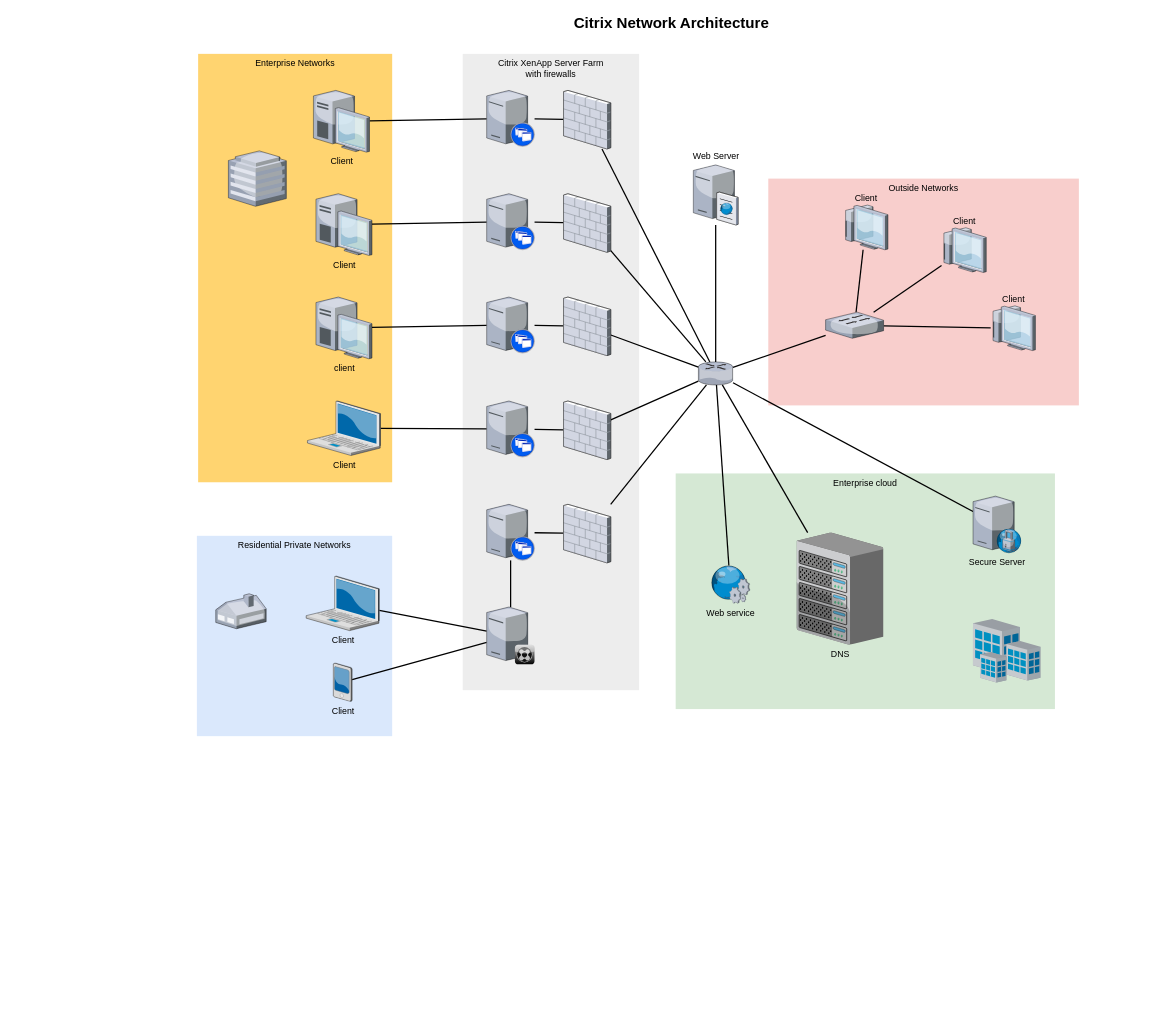
The draw.io diagram Untitled Diagram.drawio in AlexIThelp/it, before the edit. Source tidied: cells renumbered, new cells numbered last; positions are measured from the earlier drawing's top-left corner, leaving out a move shared by most shapes. Both pictures are drawn from the tidied source at 63%, with x=0, y=0 at pixel (197, 11).
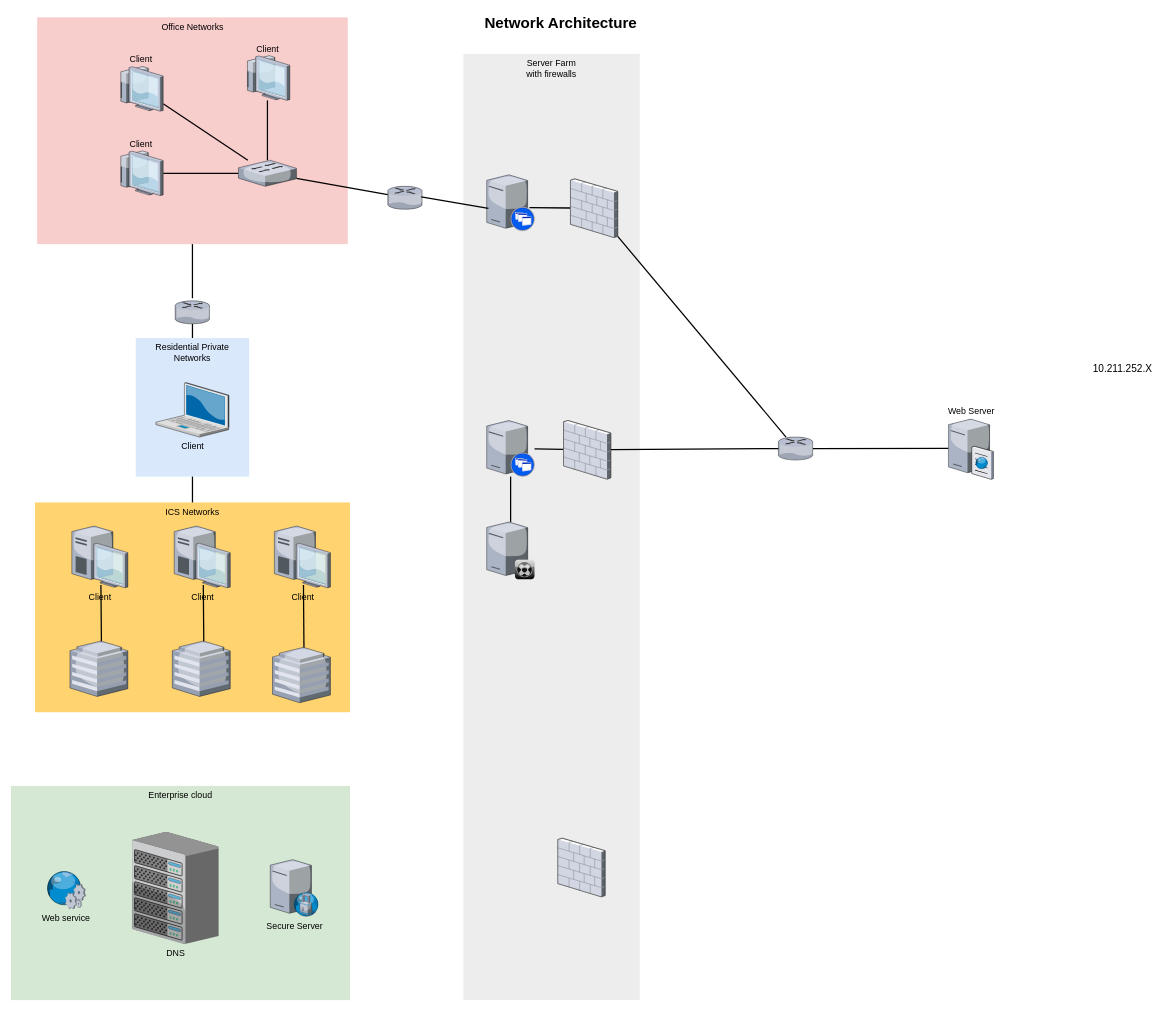
Above is the later version.

Change to the diagram source:
```diff
@@
-    <mxCell id="2" value="Outside Networks" style="whiteSpace=wrap;html=1;fillColor=#f8cecc;fontSize=14;strokeColor=none;verticalAlign=top;" parent="1" vertex="1">
-      <mxGeometry x="907" y="266" width="493" height="360" as="geometry" />
+    <mxCell id="2" value="Office Networks" style="whiteSpace=wrap;html=1;fillColor=#f8cecc;fontSize=14;strokeColor=none;verticalAlign=top;" parent="1" vertex="1">
+      <mxGeometry x="-253.5" y="10" width="493" height="360" as="geometry" />
     </mxCell>
     <mxCell id="3" value="Enterprise cloud" style="whiteSpace=wrap;html=1;fillColor=#d5e8d4;fontSize=14;strokeColor=none;verticalAlign=top;" parent="1" vertex="1">
-      <mxGeometry x="760" y="734" width="602" height="374" as="geometry" />
+      <mxGeometry x="-295" y="1230" width="538" height="340" as="geometry" />
     </mxCell>
-    <mxCell id="4" value="Citrix XenApp Server Farm&lt;div&gt;with firewalls&lt;/div&gt;" style="whiteSpace=wrap;html=1;fillColor=#EDEDED;fontSize=14;strokeColor=none;verticalAlign=top;" parent="1" vertex="1">
-      <mxGeometry x="422" y="68" width="280" height="1010" as="geometry" />
+    <mxCell id="4" value="Server Farm&lt;div&gt;with firewalls&lt;/div&gt;" style="whiteSpace=wrap;html=1;fillColor=#EDEDED;fontSize=14;strokeColor=none;verticalAlign=top;" parent="1" vertex="1">
+      <mxGeometry x="423" y="68" width="280" height="1502" as="geometry" />
     </mxCell>
     <mxCell id="5" value="Residential Private Networks" style="whiteSpace=wrap;html=1;fillColor=#dae8fc;fontSize=14;strokeColor=none;verticalAlign=top;" parent="1" vertex="1">
-      <mxGeometry y="833" width="310" height="318" as="geometry" />
+      <mxGeometry x="-97" y="519" width="180" height="220" as="geometry" />
     </mxCell>
-    <mxCell id="6" value="Enterprise Networks" style="whiteSpace=wrap;html=1;fillColor=#FFD470;gradientColor=none;fontSize=14;strokeColor=none;verticalAlign=top;" parent="1" vertex="1">
-      <mxGeometry x="2" y="68" width="308" height="680" as="geometry" />
+    <mxCell id="6" value="ICS Networks" style="whiteSpace=wrap;html=1;fillColor=#FFD470;gradientColor=none;fontSize=14;strokeColor=none;verticalAlign=top;" parent="1" vertex="1">
+      <mxGeometry x="-257" y="780" width="500" height="333" as="geometry" />
     </mxCell>
-    <mxCell id="7" style="edgeStyle=none;rounded=0;html=1;startSize=10;endSize=10;jettySize=auto;fontSize=14;endArrow=none;endFill=0;strokeWidth=2;" parent="1" edge="1" source="8" target="35">
-      <mxGeometry relative="1" as="geometry" />
-    </mxCell>
     <mxCell id="8" value="Client" style="verticalLabelPosition=bottom;html=1;verticalAlign=top;strokeColor=none;shape=mxgraph.citrix.laptop_2;fillColor=#66B2FF;gradientColor=#0066CC;fontSize=14;" parent="1" vertex="1">
-      <mxGeometry x="173.5" y="897" width="116" height="86.5" as="geometry" />
+      <mxGeometry x="-65" y="589.8" width="116" height="86.5" as="geometry" />
     </mxCell>
-    <mxCell id="9" style="edgeStyle=none;rounded=0;html=1;startSize=10;endSize=10;jettySize=auto;fontSize=14;endArrow=none;endFill=0;strokeWidth=2;" parent="1" edge="1" source="10" target="22">
-      <mxGeometry relative="1" as="geometry" />
-    </mxCell>
-    <mxCell id="10" value="Client" style="verticalLabelPosition=bottom;html=1;verticalAlign=top;strokeColor=none;shape=mxgraph.citrix.laptop_2;fillColor=#66B2FF;gradientColor=#0066CC;fontSize=14;" parent="1" vertex="1">
-      <mxGeometry x="175.5" y="619" width="116" height="86.5" as="geometry" />
-    </mxCell>
-    <mxCell id="11" style="edgeStyle=none;rounded=0;html=1;startSize=10;endSize=10;jettySize=auto;fontSize=14;endArrow=none;endFill=0;strokeWidth=2;" parent="1" edge="1" source="12" target="24">
-      <mxGeometry relative="1" as="geometry" />
-    </mxCell>
-    <mxCell id="12" value="client" style="verticalLabelPosition=bottom;html=1;verticalAlign=top;strokeColor=none;shape=mxgraph.citrix.desktop;fillColor=#66B2FF;gradientColor=#0066CC;fontSize=14;" parent="1" vertex="1">
-      <mxGeometry x="189" y="454" width="89" height="98" as="geometry" />
-    </mxCell>
-    <mxCell id="13" style="edgeStyle=none;rounded=0;html=1;startSize=10;endSize=10;jettySize=auto;fontSize=14;endArrow=none;endFill=0;strokeWidth=2;" parent="1" edge="1" source="14" target="26">
-      <mxGeometry relative="1" as="geometry" />
-    </mxCell>
-    <mxCell id="14" value="Client" style="verticalLabelPosition=bottom;html=1;verticalAlign=top;strokeColor=none;shape=mxgraph.citrix.desktop;fillColor=#66B2FF;gradientColor=#0066CC;fontSize=14;" parent="1" vertex="1">
-      <mxGeometry x="189" y="290" width="89" height="98" as="geometry" />
-    </mxCell>
-    <mxCell id="15" style="edgeStyle=none;rounded=0;html=1;startSize=10;endSize=10;jettySize=auto;fontSize=14;endArrow=none;endFill=0;strokeWidth=2;" parent="1" edge="1" source="16" target="28">
-      <mxGeometry relative="1" as="geometry" />
-    </mxCell>
     <mxCell id="16" value="Client" style="verticalLabelPosition=bottom;html=1;verticalAlign=top;strokeColor=none;shape=mxgraph.citrix.desktop;fillColor=#66B2FF;gradientColor=#0066CC;fontSize=14;" parent="1" vertex="1">
-      <mxGeometry x="185" y="126" width="89" height="98" as="geometry" />
+      <mxGeometry x="-198.5" y="817.5" width="89" height="98" as="geometry" />
     </mxCell>
-    <mxCell id="17" style="edgeStyle=none;rounded=0;html=1;startSize=10;endSize=10;jettySize=auto;fontSize=14;endArrow=none;endFill=0;strokeWidth=2;" parent="1" edge="1" source="18" target="35">
-      <mxGeometry relative="1" as="geometry" />
-    </mxCell>
-    <mxCell id="18" value="Client" style="verticalLabelPosition=bottom;html=1;verticalAlign=top;strokeColor=none;shape=mxgraph.citrix.pda;fillColor=#66B2FF;gradientColor=#0066CC;fontSize=14;" parent="1" vertex="1">
-      <mxGeometry x="216.5" y="1035" width="30" height="61" as="geometry" />
-    </mxCell>
@@
     <mxCell id="20" style="verticalLabelPosition=bottom;html=1;verticalAlign=top;strokeColor=none;shape=mxgraph.citrix.xenapp_server;fillColor=#66B2FF;gradientColor=#0066CC;fontSize=14;" parent="1" vertex="1">
-      <mxGeometry x="460" y="783" width="76" height="89" as="geometry" />
+      <mxGeometry x="460" y="650" width="76" height="89" as="geometry" />
     </mxCell>
-    <mxCell id="21" style="edgeStyle=none;rounded=0;html=1;startSize=10;endSize=10;jettySize=auto;fontSize=14;endArrow=none;endFill=0;strokeWidth=2;" parent="1" edge="1" source="22" target="45">
-      <mxGeometry relative="1" as="geometry" />
-    </mxCell>
-    <mxCell id="22" style="verticalLabelPosition=bottom;html=1;verticalAlign=top;strokeColor=none;shape=mxgraph.citrix.xenapp_server;fillColor=#66B2FF;gradientColor=#0066CC;fontSize=14;" parent="1" vertex="1">
-      <mxGeometry x="460" y="619" width="76" height="89" as="geometry" />
-    </mxCell>
-    <mxCell id="23" style="edgeStyle=none;rounded=0;html=1;startSize=10;endSize=10;jettySize=auto;fontSize=14;endArrow=none;endFill=0;strokeWidth=2;" parent="1" edge="1" source="24" target="43">
-      <mxGeometry relative="1" as="geometry" />
-    </mxCell>
-    <mxCell id="24" style="verticalLabelPosition=bottom;html=1;verticalAlign=top;strokeColor=none;shape=mxgraph.citrix.xenapp_server;fillColor=#66B2FF;gradientColor=#0066CC;fontSize=14;" parent="1" vertex="1">
-      <mxGeometry x="460" y="454" width="76" height="89" as="geometry" />
-    </mxCell>
-    <mxCell id="25" style="edgeStyle=none;rounded=0;html=1;startSize=10;endSize=10;jettySize=auto;fontSize=14;endArrow=none;endFill=0;strokeWidth=2;" parent="1" edge="1" source="26" target="41">
-      <mxGeometry relative="1" as="geometry" />
-    </mxCell>
-    <mxCell id="26" style="verticalLabelPosition=bottom;html=1;verticalAlign=top;strokeColor=none;shape=mxgraph.citrix.xenapp_server;fillColor=#66B2FF;gradientColor=#0066CC;fontSize=14;" parent="1" vertex="1">
-      <mxGeometry x="460" y="290" width="76" height="89" as="geometry" />
-    </mxCell>
-    <mxCell id="27" style="edgeStyle=none;rounded=0;html=1;startSize=10;endSize=10;jettySize=auto;fontSize=14;endArrow=none;endFill=0;strokeWidth=2;" parent="1" edge="1" source="28" target="39">
+    <mxCell id="27" style="edgeStyle=none;rounded=0;html=1;startSize=10;endSize=10;jettySize=auto;fontSize=14;endArrow=none;endFill=0;strokeWidth=2;exitX=0.893;exitY=0.585;exitDx=0;exitDy=0;exitPerimeter=0;" parent="1" edge="1" source="28" target="39">
       <mxGeometry relative="1" as="geometry" />
     </mxCell>
     <mxCell id="28" style="verticalLabelPosition=bottom;html=1;verticalAlign=top;strokeColor=none;shape=mxgraph.citrix.xenapp_server;fillColor=#66B2FF;gradientColor=#0066CC;fontSize=14;" parent="1" vertex="1">
-      <mxGeometry x="460" y="126" width="76" height="89" as="geometry" />
+      <mxGeometry x="460" y="260" width="76" height="89" as="geometry" />
     </mxCell>
-    <mxCell id="29" style="edgeStyle=none;rounded=0;html=1;startSize=10;endSize=10;jettySize=auto;fontSize=14;endArrow=none;endFill=0;strokeWidth=2;" parent="1" edge="1" source="33" target="37">
-      <mxGeometry relative="1" as="geometry" />
-    </mxCell>
@@
-    <mxCell id="31" style="edgeStyle=none;rounded=0;html=1;startSize=10;endSize=10;jettySize=auto;fontSize=14;endArrow=none;endFill=0;strokeWidth=2;" parent="1" edge="1" source="33" target="54">
+    <mxCell id="31" style="edgeStyle=none;rounded=0;html=1;startSize=10;endSize=10;jettySize=auto;fontSize=14;endArrow=none;endFill=0;strokeWidth=2;" parent="1" edge="1" source="64" target="54">
       <mxGeometry relative="1" as="geometry" />
     </mxCell>
-    <mxCell id="32" style="edgeStyle=none;rounded=0;html=1;startSize=10;endSize=10;jettySize=auto;fontSize=14;endArrow=none;endFill=0;strokeWidth=2;" parent="1" edge="1" source="33" target="50">
-      <mxGeometry relative="1" as="geometry" />
-    </mxCell>
     <mxCell id="33" style="verticalLabelPosition=bottom;html=1;verticalAlign=top;strokeColor=none;shape=mxgraph.citrix.router;fillColor=#66B2FF;gradientColor=#0066CC;fontSize=14;" parent="1" vertex="1">
-      <mxGeometry x="796" y="557" width="55" height="36.5" as="geometry" />
+      <mxGeometry x="923" y="676.2" width="55" height="36.5" as="geometry" />
     </mxCell>
@@
     <mxCell id="35" style="verticalLabelPosition=bottom;html=1;verticalAlign=top;strokeColor=none;shape=mxgraph.citrix.xenclient_synchronizer;fillColor=#CCCCCC;gradientColor=#000000;gradientDirection=south;fontSize=14;" parent="1" vertex="1">
-      <mxGeometry x="460" y="946" width="76" height="91" as="geometry" />
+      <mxGeometry x="460" y="811" width="76" height="91" as="geometry" />
     </mxCell>
     <mxCell id="36" value="Web Server" style="verticalLabelPosition=top;html=1;verticalAlign=bottom;strokeColor=none;shape=mxgraph.citrix.cache_server;fillColor=#66B2FF;gradientColor=#0066CC;fontSize=14;labelPosition=center;align=center;" parent="1" vertex="1">
-      <mxGeometry x="788" y="242" width="71" height="97.5" as="geometry" />
+      <mxGeometry x="1193" y="645.5" width="71" height="97.5" as="geometry" />
     </mxCell>
     <mxCell id="37" value="DNS" style="verticalLabelPosition=bottom;html=1;verticalAlign=top;strokeColor=none;shape=mxgraph.citrix.chassis;fillColor=#66B2FF;gradientColor=#0066CC;fontSize=14;" parent="1" vertex="1">
-      <mxGeometry x="952" y="828" width="137.5" height="177.5" as="geometry" />
+      <mxGeometry x="-103" y="1303" width="137.5" height="177.5" as="geometry" />
     </mxCell>
@@
     <mxCell id="39" style="verticalLabelPosition=bottom;html=1;verticalAlign=top;strokeColor=none;shape=mxgraph.citrix.firewall;fillColor=#66B2FF;gradientColor=#0066CC;fontSize=14;" parent="1" vertex="1">
-      <mxGeometry x="582" y="126" width="75" height="93" as="geometry" />
+      <mxGeometry x="593" y="266.5" width="75" height="93" as="geometry" />
     </mxCell>
-    <mxCell id="40" style="edgeStyle=none;rounded=0;html=1;startSize=10;endSize=10;jettySize=auto;fontSize=14;endArrow=none;endFill=0;strokeWidth=2;" parent="1" edge="1" source="41" target="33">
-      <mxGeometry relative="1" as="geometry" />
-    </mxCell>
-    <mxCell id="41" style="verticalLabelPosition=bottom;html=1;verticalAlign=top;strokeColor=none;shape=mxgraph.citrix.firewall;fillColor=#66B2FF;gradientColor=#0066CC;fontSize=14;" parent="1" vertex="1">
-      <mxGeometry x="582" y="290" width="75" height="93" as="geometry" />
-    </mxCell>
-    <mxCell id="42" style="edgeStyle=none;rounded=0;html=1;startSize=10;endSize=10;jettySize=auto;fontSize=14;endArrow=none;endFill=0;strokeWidth=2;" parent="1" edge="1" source="43" target="33">
-      <mxGeometry relative="1" as="geometry" />
-    </mxCell>
-    <mxCell id="43" style="verticalLabelPosition=bottom;html=1;verticalAlign=top;strokeColor=none;shape=mxgraph.citrix.firewall;fillColor=#66B2FF;gradientColor=#0066CC;fontSize=14;" parent="1" vertex="1">
-      <mxGeometry x="582" y="454" width="75" height="93" as="geometry" />
-    </mxCell>
-    <mxCell id="44" style="edgeStyle=none;rounded=0;html=1;startSize=10;endSize=10;jettySize=auto;fontSize=14;endArrow=none;endFill=0;strokeWidth=2;" parent="1" edge="1" source="45" target="33">
-      <mxGeometry relative="1" as="geometry" />
-    </mxCell>
-    <mxCell id="45" style="verticalLabelPosition=bottom;html=1;verticalAlign=top;strokeColor=none;shape=mxgraph.citrix.firewall;fillColor=#66B2FF;gradientColor=#0066CC;fontSize=14;" parent="1" vertex="1">
-      <mxGeometry x="582" y="619" width="75" height="93" as="geometry" />
-    </mxCell>
@@
     <mxCell id="47" style="verticalLabelPosition=bottom;html=1;verticalAlign=top;strokeColor=none;shape=mxgraph.citrix.firewall;fillColor=#66B2FF;gradientColor=#0066CC;fontSize=14;" parent="1" vertex="1">
-      <mxGeometry x="582" y="783" width="75" height="93" as="geometry" />
+      <mxGeometry x="582" y="650" width="75" height="93" as="geometry" />
     </mxCell>
-    <mxCell id="48" style="verticalLabelPosition=bottom;html=1;verticalAlign=top;strokeColor=none;shape=mxgraph.citrix.home_office;fillColor=#66B2FF;gradientColor=#0066CC;fontSize=14;" parent="1" vertex="1">
-      <mxGeometry x="30" y="925" width="80" height="55.5" as="geometry" />
-    </mxCell>
-    <mxCell id="49" style="verticalLabelPosition=bottom;html=1;verticalAlign=top;strokeColor=none;shape=mxgraph.citrix.hq_enterprise;fillColor=#66B2FF;gradientColor=#0066CC;fontSize=14;" parent="1" vertex="1">
-      <mxGeometry x="50" y="222" width="92" height="88" as="geometry" />
-    </mxCell>
     <mxCell id="50" value="Secure Server" style="verticalLabelPosition=bottom;html=1;verticalAlign=top;strokeColor=none;shape=mxgraph.citrix.proxy_server;fillColor=#66B2FF;gradientColor=#0066CC;fontSize=14;" parent="1" vertex="1">
-      <mxGeometry x="1232" y="770" width="76.5" height="90" as="geometry" />
+      <mxGeometry x="116.5" y="1347" width="76.5" height="90" as="geometry" />
     </mxCell>
@@
     <mxCell id="54" style="verticalLabelPosition=bottom;html=1;verticalAlign=top;strokeColor=none;shape=mxgraph.citrix.switch;fillColor=#66B2FF;gradientColor=#0066CC;fontSize=14;" parent="1" vertex="1">
-      <mxGeometry x="998" y="478" width="92" height="41.5" as="geometry" />
+      <mxGeometry x="66" y="236.8" width="92" height="41.5" as="geometry" />
     </mxCell>
     <mxCell id="55" value="Client" style="verticalLabelPosition=top;html=1;verticalAlign=bottom;strokeColor=none;shape=mxgraph.citrix.thin_client;fillColor=#66B2FF;gradientColor=#0066CC;fontSize=14;labelPosition=center;align=center;" parent="1" vertex="1">
-      <mxGeometry x="1260" y="468" width="71" height="71" as="geometry" />
+      <mxGeometry x="76.5" y="70.8" width="71" height="71" as="geometry" />
     </mxCell>
     <mxCell id="56" value="Client" style="verticalLabelPosition=top;html=1;verticalAlign=bottom;strokeColor=none;shape=mxgraph.citrix.thin_client;fillColor=#66B2FF;gradientColor=#0066CC;fontSize=14;labelPosition=center;align=center;" parent="1" vertex="1">
-      <mxGeometry x="1182" y="344" width="71" height="71" as="geometry" />
+      <mxGeometry x="-124.5" y="222" width="71" height="71" as="geometry" />
     </mxCell>
     <mxCell id="57" value="Client" style="verticalLabelPosition=top;html=1;verticalAlign=bottom;strokeColor=none;shape=mxgraph.citrix.thin_client;fillColor=#66B2FF;gradientColor=#0066CC;fontSize=14;labelPosition=center;align=center;" parent="1" vertex="1">
-      <mxGeometry x="1026" y="308" width="71" height="71" as="geometry" />
+      <mxGeometry x="-124.5" y="88" width="71" height="71" as="geometry" />
     </mxCell>
-    <mxCell id="58" style="edgeStyle=none;rounded=0;html=1;startSize=10;endSize=10;jettySize=auto;fontSize=14;endArrow=none;endFill=0;strokeWidth=2;" parent="1" edge="1" source="59" target="33">
-      <mxGeometry relative="1" as="geometry" />
-    </mxCell>
     <mxCell id="59" value="Web service" style="verticalLabelPosition=bottom;html=1;verticalAlign=top;strokeColor=none;shape=mxgraph.citrix.web_service;fillColor=#66B2FF;gradientColor=#0066CC;fontSize=14;" parent="1" vertex="1">
-      <mxGeometry x="815" y="880" width="63" height="60" as="geometry" />
+      <mxGeometry x="-239.5" y="1365" width="63" height="60" as="geometry" />
     </mxCell>
-    <mxCell id="60" style="verticalLabelPosition=bottom;html=1;verticalAlign=top;strokeColor=none;shape=mxgraph.citrix.site;fillColor=#66B2FF;gradientColor=#0066CC;fontSize=14;" parent="1" vertex="1">
-      <mxGeometry x="1232" y="965" width="107" height="101" as="geometry" />
-    </mxCell>
-    <mxCell id="61" value="Citrix Network Architecture" style="text;strokeColor=none;fillColor=none;html=1;fontSize=24;fontStyle=1;verticalAlign=middle;align=center;" parent="1" vertex="1">
-      <mxGeometry x="322" width="861" height="40" as="geometry" />
+    <mxCell id="61" value="&amp;nbsp;Network Architecture" style="text;strokeColor=none;fillColor=none;html=1;fontSize=24;fontStyle=1;verticalAlign=middle;align=center;" parent="1" vertex="1">
+      <mxGeometry x="143" width="861" height="40" as="geometry" />
     </mxCell>
+    <mxCell id="62" value="&lt;font style=&quot;font-size: 16px;&quot;&gt;10.211.252.X&lt;/font&gt;" style="text;html=1;align=center;verticalAlign=middle;strokeColor=none;fillColor=none;" parent="1" vertex="1">
+      <mxGeometry x="1408.5" y="552" width="120" height="30" as="geometry" />
+    </mxCell>
+    <mxCell id="63" style="edgeStyle=none;rounded=0;html=1;startSize=10;endSize=10;jettySize=auto;fontSize=14;endArrow=none;endFill=0;strokeWidth=2;" parent="1" edge="1" source="68" target="5">
+      <mxGeometry relative="1" as="geometry" />
+    </mxCell>
+    <mxCell id="64" style="verticalLabelPosition=bottom;html=1;verticalAlign=top;strokeColor=none;shape=mxgraph.citrix.router;fillColor=#66B2FF;gradientColor=#0066CC;fontSize=14;" parent="1" vertex="1">
+      <mxGeometry x="303" y="278.2" width="55" height="36.5" as="geometry" />
+    </mxCell>
+    <mxCell id="65" style="edgeStyle=none;rounded=0;html=1;startSize=10;endSize=10;jettySize=auto;fontSize=14;endArrow=none;endFill=0;strokeWidth=2;entryX=0.964;entryY=0.459;entryDx=0;entryDy=0;entryPerimeter=0;exitX=0.037;exitY=0.599;exitDx=0;exitDy=0;exitPerimeter=0;" parent="1" edge="1" source="28" target="64">
+      <mxGeometry relative="1" as="geometry" />
+    </mxCell>
+    <mxCell id="66" style="verticalLabelPosition=bottom;html=1;verticalAlign=top;strokeColor=none;shape=mxgraph.citrix.hq_enterprise;fillColor=#66B2FF;gradientColor=#0066CC;fontSize=14;" parent="1" vertex="1">
+      <mxGeometry x="-201.5" y="1000" width="92" height="88" as="geometry" />
+    </mxCell>
+    <mxCell id="67" style="edgeStyle=none;rounded=0;html=1;startSize=10;endSize=10;jettySize=auto;fontSize=14;endArrow=none;endFill=0;strokeWidth=2;entryX=0.543;entryY=0.003;entryDx=0;entryDy=0;entryPerimeter=0;exitX=0.519;exitY=0.953;exitDx=0;exitDy=0;exitPerimeter=0;" parent="1" edge="1" source="16" target="66">
+      <mxGeometry relative="1" as="geometry" />
+    </mxCell>
+    <mxCell id="68" style="verticalLabelPosition=bottom;html=1;verticalAlign=top;strokeColor=none;shape=mxgraph.citrix.router;fillColor=#66B2FF;gradientColor=#0066CC;fontSize=14;" parent="1" vertex="1">
+      <mxGeometry x="-34.5" y="460" width="55" height="36.5" as="geometry" />
+    </mxCell>
+    <mxCell id="69" style="verticalLabelPosition=bottom;html=1;verticalAlign=top;strokeColor=none;shape=mxgraph.citrix.firewall;fillColor=#66B2FF;gradientColor=#0066CC;fontSize=14;" parent="1" vertex="1">
+      <mxGeometry x="573" y="1313" width="75" height="93" as="geometry" />
+    </mxCell>
+    <mxCell id="70" value="Client" style="verticalLabelPosition=bottom;html=1;verticalAlign=top;strokeColor=none;shape=mxgraph.citrix.desktop;fillColor=#66B2FF;gradientColor=#0066CC;fontSize=14;" parent="1" vertex="1">
+      <mxGeometry x="-36" y="817.5" width="89" height="98" as="geometry" />
+    </mxCell>
+    <mxCell id="71" style="verticalLabelPosition=bottom;html=1;verticalAlign=top;strokeColor=none;shape=mxgraph.citrix.hq_enterprise;fillColor=#66B2FF;gradientColor=#0066CC;fontSize=14;" parent="1" vertex="1">
+      <mxGeometry x="-39" y="1000" width="92" height="88" as="geometry" />
+    </mxCell>
+    <mxCell id="72" style="edgeStyle=none;rounded=0;html=1;startSize=10;endSize=10;jettySize=auto;fontSize=14;endArrow=none;endFill=0;strokeWidth=2;entryX=0.543;entryY=0.003;entryDx=0;entryDy=0;entryPerimeter=0;exitX=0.519;exitY=0.953;exitDx=0;exitDy=0;exitPerimeter=0;" parent="1" edge="1" source="70" target="71">
+      <mxGeometry relative="1" as="geometry" />
+    </mxCell>
+    <mxCell id="73" value="Client" style="verticalLabelPosition=bottom;html=1;verticalAlign=top;strokeColor=none;shape=mxgraph.citrix.desktop;fillColor=#66B2FF;gradientColor=#0066CC;fontSize=14;" parent="1" vertex="1">
+      <mxGeometry x="123" y="817.5" width="89" height="98" as="geometry" />
+    </mxCell>
+    <mxCell id="74" style="verticalLabelPosition=bottom;html=1;verticalAlign=top;strokeColor=none;shape=mxgraph.citrix.hq_enterprise;fillColor=#66B2FF;gradientColor=#0066CC;fontSize=14;" parent="1" vertex="1">
+      <mxGeometry x="120" y="1010" width="92" height="88" as="geometry" />
+    </mxCell>
+    <mxCell id="75" style="edgeStyle=none;rounded=0;html=1;startSize=10;endSize=10;jettySize=auto;fontSize=14;endArrow=none;endFill=0;strokeWidth=2;entryX=0.543;entryY=0.003;entryDx=0;entryDy=0;entryPerimeter=0;exitX=0.519;exitY=0.953;exitDx=0;exitDy=0;exitPerimeter=0;" parent="1" edge="1" source="73" target="74">
+      <mxGeometry relative="1" as="geometry" />
+    </mxCell>
+    <mxCell id="76" style="edgeStyle=none;rounded=0;html=1;startSize=10;endSize=10;jettySize=auto;fontSize=14;endArrow=none;endFill=0;strokeWidth=2;exitX=0.5;exitY=1;exitDx=0;exitDy=0;entryX=0.5;entryY=0;entryDx=0;entryDy=0;" parent="1" edge="1" source="5" target="6">
+      <mxGeometry relative="1" as="geometry" />
+    </mxCell>
+    <mxCell id="77" style="edgeStyle=none;rounded=0;html=1;startSize=10;endSize=10;jettySize=auto;fontSize=14;endArrow=none;endFill=0;strokeWidth=2;exitX=0.499;exitY=-0.111;exitDx=0;exitDy=0;exitPerimeter=0;entryX=0.5;entryY=1;entryDx=0;entryDy=0;" parent="1" edge="1" source="68" target="2">
+      <mxGeometry relative="1" as="geometry" />
+    </mxCell>
```
